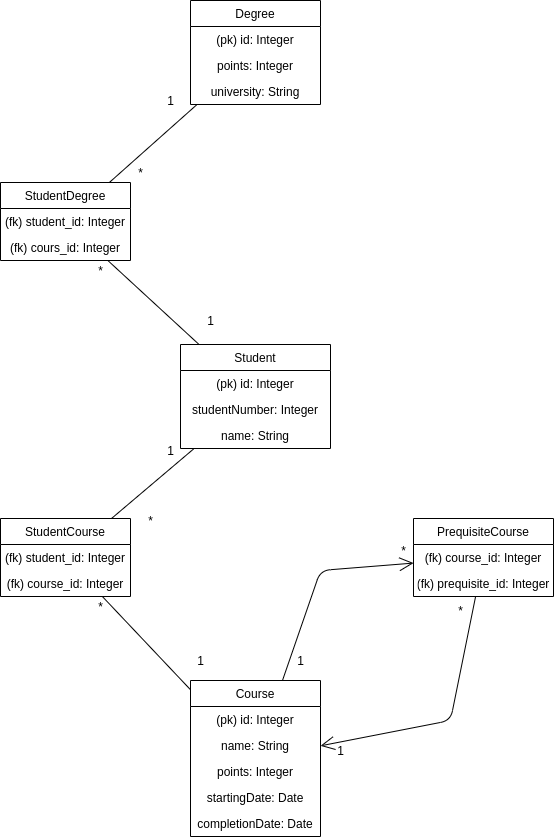
The draw.io diagram documentation/csgo_tietokantakaavio.png in akirataguchi115/csgo, before a commit. Source tidied: cells renumbered, new cells last; positions are measured from the earlier drawing's top-left corner, leaving out a move shared by most shapes. The source it was exported from:
```xml
<mxGraphModel>
  <root>
    <mxCell id="0" />
    <mxCell id="1" parent="0" />
    <mxCell id="2" value="Course" style="swimlane;fontStyle=0;horizontal=1;startSize=26;fillColor=none;" parent="1" vertex="1">
      <mxGeometry x="190" y="680" width="130" height="156" as="geometry" />
    </mxCell>
    <mxCell id="3" value="(pk) id: Integer" style="text;strokeColor=none;fillColor=none;align=center;verticalAlign=top;spacingLeft=4;spacingRight=4;overflow=hidden;" parent="2" vertex="1">
      <mxGeometry y="26" width="130" height="26" as="geometry" />
    </mxCell>
    <mxCell id="4" value="name: String" style="text;strokeColor=none;fillColor=none;align=center;verticalAlign=top;spacingLeft=4;spacingRight=4;overflow=hidden;" parent="2" vertex="1">
      <mxGeometry y="52" width="130" height="26" as="geometry" />
    </mxCell>
    <mxCell id="5" value="points: Integer" style="text;strokeColor=none;fillColor=none;align=center;verticalAlign=top;spacingLeft=4;spacingRight=4;overflow=hidden;" parent="2" vertex="1">
      <mxGeometry y="78" width="130" height="26" as="geometry" />
    </mxCell>
    <mxCell id="6" value="startingDate: Date" style="text;strokeColor=none;fillColor=none;align=center;verticalAlign=top;spacingLeft=4;spacingRight=4;overflow=hidden;" parent="2" vertex="1">
      <mxGeometry y="104" width="130" height="26" as="geometry" />
    </mxCell>
    <mxCell id="7" value="completionDate: Date" style="text;strokeColor=none;fillColor=none;align=center;verticalAlign=top;spacingLeft=4;spacingRight=4;overflow=hidden;" parent="2" vertex="1">
      <mxGeometry y="130" width="130" height="26" as="geometry" />
    </mxCell>
    <mxCell id="8" value="PrequisiteCourse" style="swimlane;fontStyle=0;horizontal=1;startSize=26;fillColor=none;" parent="1" vertex="1">
      <mxGeometry x="413" y="518" width="140" height="78" as="geometry" />
    </mxCell>
    <mxCell id="9" value="(fk) course_id: Integer" style="text;strokeColor=none;fillColor=none;align=center;verticalAlign=top;spacingLeft=4;spacingRight=4;overflow=hidden;" parent="8" vertex="1">
      <mxGeometry y="26" width="140" height="26" as="geometry" />
    </mxCell>
    <mxCell id="10" value="(fk) prequisite_id: Integer" style="text;strokeColor=none;fillColor=none;align=center;verticalAlign=top;spacingLeft=4;spacingRight=4;overflow=hidden;" parent="8" vertex="1">
      <mxGeometry y="52" width="140" height="26" as="geometry" />
    </mxCell>
    <mxCell id="11" value="StudentCourse" style="swimlane;fontStyle=0;horizontal=1;startSize=26;fillColor=none;" parent="1" vertex="1">
      <mxGeometry y="518" width="130" height="78" as="geometry" />
    </mxCell>
    <mxCell id="12" value="(fk) student_id: Integer" style="text;strokeColor=none;fillColor=none;align=center;verticalAlign=top;spacingLeft=4;spacingRight=4;overflow=hidden;" parent="11" vertex="1">
      <mxGeometry y="26" width="130" height="26" as="geometry" />
    </mxCell>
    <mxCell id="13" value="(fk) course_id: Integer" style="text;strokeColor=none;fillColor=none;align=center;verticalAlign=top;spacingLeft=4;spacingRight=4;overflow=hidden;" parent="11" vertex="1">
      <mxGeometry y="52" width="130" height="26" as="geometry" />
    </mxCell>
    <mxCell id="14" value="Student" style="swimlane;fontStyle=0;horizontal=1;startSize=26;fillColor=none;" parent="1" vertex="1">
      <mxGeometry x="180" y="344" width="150" height="104" as="geometry" />
    </mxCell>
    <mxCell id="15" value="(pk) id: Integer" style="text;strokeColor=none;fillColor=none;align=center;verticalAlign=top;spacingLeft=4;spacingRight=4;overflow=hidden;" parent="14" vertex="1">
      <mxGeometry y="26" width="150" height="26" as="geometry" />
    </mxCell>
    <mxCell id="16" value="studentNumber: Integer" style="text;strokeColor=none;fillColor=none;align=center;verticalAlign=top;spacingLeft=4;spacingRight=4;overflow=hidden;" parent="14" vertex="1">
      <mxGeometry y="52" width="150" height="26" as="geometry" />
    </mxCell>
    <mxCell id="17" value="name: String" style="text;strokeColor=none;fillColor=none;align=center;verticalAlign=top;spacingLeft=4;spacingRight=4;overflow=hidden;" parent="14" vertex="1">
      <mxGeometry y="78" width="150" height="26" as="geometry" />
    </mxCell>
    <mxCell id="18" value="Degree" style="swimlane;fontStyle=0;horizontal=1;startSize=26;fillColor=none;" parent="1" vertex="1">
      <mxGeometry x="190" width="130" height="104" as="geometry" />
    </mxCell>
    <mxCell id="19" value="(pk) id: Integer" style="text;strokeColor=none;fillColor=none;align=center;verticalAlign=top;spacingLeft=4;spacingRight=4;overflow=hidden;" parent="18" vertex="1">
      <mxGeometry y="26" width="130" height="26" as="geometry" />
    </mxCell>
    <mxCell id="20" value="points: Integer" style="text;strokeColor=none;fillColor=none;align=center;verticalAlign=top;spacingLeft=4;spacingRight=4;overflow=hidden;" parent="18" vertex="1">
      <mxGeometry y="52" width="130" height="26" as="geometry" />
    </mxCell>
    <mxCell id="21" value="university: String" style="text;strokeColor=none;fillColor=none;align=center;verticalAlign=top;spacingLeft=4;spacingRight=4;overflow=hidden;" parent="18" vertex="1">
      <mxGeometry y="78" width="130" height="26" as="geometry" />
    </mxCell>
    <mxCell id="22" value="StudentDegree" style="swimlane;fontStyle=0;horizontal=1;startSize=26;fillColor=none;" parent="1" vertex="1">
      <mxGeometry y="182" width="130" height="78" as="geometry" />
    </mxCell>
    <mxCell id="23" value="(fk) student_id: Integer" style="text;strokeColor=none;fillColor=none;align=center;verticalAlign=top;spacingLeft=4;spacingRight=4;overflow=hidden;" parent="22" vertex="1">
      <mxGeometry y="26" width="130" height="26" as="geometry" />
    </mxCell>
    <mxCell id="24" value="(fk) cours_id: Integer" style="text;strokeColor=none;fillColor=none;align=center;verticalAlign=top;spacingLeft=4;spacingRight=4;overflow=hidden;" parent="22" vertex="1">
      <mxGeometry y="52" width="130" height="26" as="geometry" />
    </mxCell>
    <mxCell id="25" style="endArrow=none;html=1;" parent="1" edge="1" source="22" target="18">
      <mxGeometry relative="1" as="geometry" />
    </mxCell>
    <mxCell id="26" style="endArrow=none;html=1;" parent="1" edge="1" source="14" target="22">
      <mxGeometry relative="1" as="geometry" />
    </mxCell>
    <mxCell id="27" style="endArrow=none;html=1;" parent="1" edge="1" source="11" target="14">
      <mxGeometry relative="1" as="geometry" />
    </mxCell>
    <mxCell id="28" style="endArrow=none;html=1;" parent="1" edge="1" source="2" target="11">
      <mxGeometry relative="1" as="geometry" />
    </mxCell>
    <mxCell id="29" value="1" style="text;html=1;align=center;verticalAlign=middle;" parent="1" vertex="1">
      <mxGeometry x="160" y="90" width="20" height="20" as="geometry" />
    </mxCell>
    <mxCell id="30" value="*" style="text;html=1;align=center;verticalAlign=middle;" parent="1" vertex="1">
      <mxGeometry x="130" y="162" width="20" height="20" as="geometry" />
    </mxCell>
    <mxCell id="31" value="1" style="text;html=1;align=center;verticalAlign=middle;" parent="1" vertex="1">
      <mxGeometry x="200" y="310" width="20" height="20" as="geometry" />
    </mxCell>
    <mxCell id="32" value="*" style="text;html=1;align=center;verticalAlign=middle;" parent="1" vertex="1">
      <mxGeometry x="90" y="260" width="20" height="20" as="geometry" />
    </mxCell>
    <mxCell id="33" value="*" style="text;html=1;align=center;verticalAlign=middle;" parent="1" vertex="1">
      <mxGeometry x="140" y="510" width="20" height="20" as="geometry" />
    </mxCell>
    <mxCell id="34" value="1" style="text;html=1;align=center;verticalAlign=middle;" parent="1" vertex="1">
      <mxGeometry x="160" y="440" width="20" height="20" as="geometry" />
    </mxCell>
    <mxCell id="35" value="*" style="text;html=1;align=center;verticalAlign=middle;" parent="1" vertex="1">
      <mxGeometry x="90" y="596" width="20" height="20" as="geometry" />
    </mxCell>
    <mxCell id="36" value="1" style="text;html=1;align=center;verticalAlign=middle;" parent="1" vertex="1">
      <mxGeometry x="190" y="650" width="20" height="20" as="geometry" />
    </mxCell>
    <mxCell id="37" value="1" style="text;html=1;align=center;verticalAlign=middle;" parent="1" vertex="1">
      <mxGeometry x="330" y="740" width="20" height="20" as="geometry" />
    </mxCell>
    <mxCell id="38" value="*" style="text;html=1;align=center;verticalAlign=middle;" parent="1" vertex="1">
      <mxGeometry x="393" y="540" width="20" height="20" as="geometry" />
    </mxCell>
    <mxCell id="39" value="1" style="text;html=1;align=center;verticalAlign=middle;" parent="1" vertex="1">
      <mxGeometry x="290" y="650" width="20" height="20" as="geometry" />
    </mxCell>
    <mxCell id="40" style="endArrow=open;endFill=1;endSize=12;html=1;" parent="1" edge="1" source="2" target="8">
      <mxGeometry relative="1" as="geometry">
        <Array as="points">
          <mxPoint x="320" y="570" />
        </Array>
      </mxGeometry>
    </mxCell>
    <mxCell id="41" style="endArrow=open;endFill=1;endSize=12;html=1;" parent="1" edge="1" source="8" target="2">
      <mxGeometry relative="1" as="geometry">
        <Array as="points">
          <mxPoint x="450" y="720" />
        </Array>
      </mxGeometry>
    </mxCell>
    <mxCell id="42" value="*" style="text;html=1;align=center;verticalAlign=middle;" parent="1" vertex="1">
      <mxGeometry x="450" y="600" width="20" height="20" as="geometry" />
    </mxCell>
  </root>
</mxGraphModel>
```
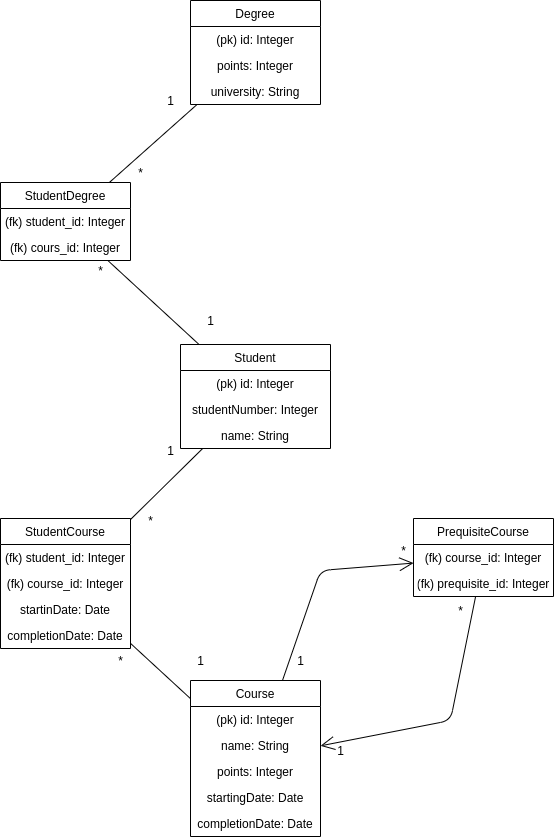
The same file after the commit.

Commit message:
database diagram updated

What changed in the source:
```diff
@@ -30,7 +30,7 @@
       <mxGeometry y="52" width="140" height="26" as="geometry" />
     </mxCell>
     <mxCell id="11" value="StudentCourse" style="swimlane;fontStyle=0;horizontal=1;startSize=26;fillColor=none;" parent="1" vertex="1">
-      <mxGeometry y="518" width="130" height="78" as="geometry" />
+      <mxGeometry y="518" width="130" height="130" as="geometry" />
     </mxCell>
     <mxCell id="12" value="(fk) student_id: Integer" style="text;strokeColor=none;fillColor=none;align=center;verticalAlign=top;spacingLeft=4;spacingRight=4;overflow=hidden;" parent="11" vertex="1">
       <mxGeometry y="26" width="130" height="26" as="geometry" />
@@ -38,6 +38,12 @@
     <mxCell id="13" value="(fk) course_id: Integer" style="text;strokeColor=none;fillColor=none;align=center;verticalAlign=top;spacingLeft=4;spacingRight=4;overflow=hidden;" parent="11" vertex="1">
       <mxGeometry y="52" width="130" height="26" as="geometry" />
     </mxCell>
+    <mxCell id="43" value="startinDate: Date" style="text;strokeColor=none;fillColor=none;align=center;verticalAlign=top;spacingLeft=4;spacingRight=4;overflow=hidden;" parent="11" vertex="1">
+      <mxGeometry y="78" width="130" height="26" as="geometry" />
+    </mxCell>
+    <mxCell id="44" value="completionDate: Date" style="text;strokeColor=none;fillColor=none;align=center;verticalAlign=top;spacingLeft=4;spacingRight=4;overflow=hidden;" parent="11" vertex="1">
+      <mxGeometry y="104" width="130" height="26" as="geometry" />
+    </mxCell>
     <mxCell id="14" value="Student" style="swimlane;fontStyle=0;horizontal=1;startSize=26;fillColor=none;" parent="1" vertex="1">
       <mxGeometry x="180" y="344" width="150" height="104" as="geometry" />
     </mxCell>
@@ -102,7 +108,7 @@
       <mxGeometry x="160" y="440" width="20" height="20" as="geometry" />
     </mxCell>
     <mxCell id="35" value="*" style="text;html=1;align=center;verticalAlign=middle;" parent="1" vertex="1">
-      <mxGeometry x="90" y="596" width="20" height="20" as="geometry" />
+      <mxGeometry x="110" y="650" width="20" height="20" as="geometry" />
     </mxCell>
     <mxCell id="36" value="1" style="text;html=1;align=center;verticalAlign=middle;" parent="1" vertex="1">
       <mxGeometry x="190" y="650" width="20" height="20" as="geometry" />
```
